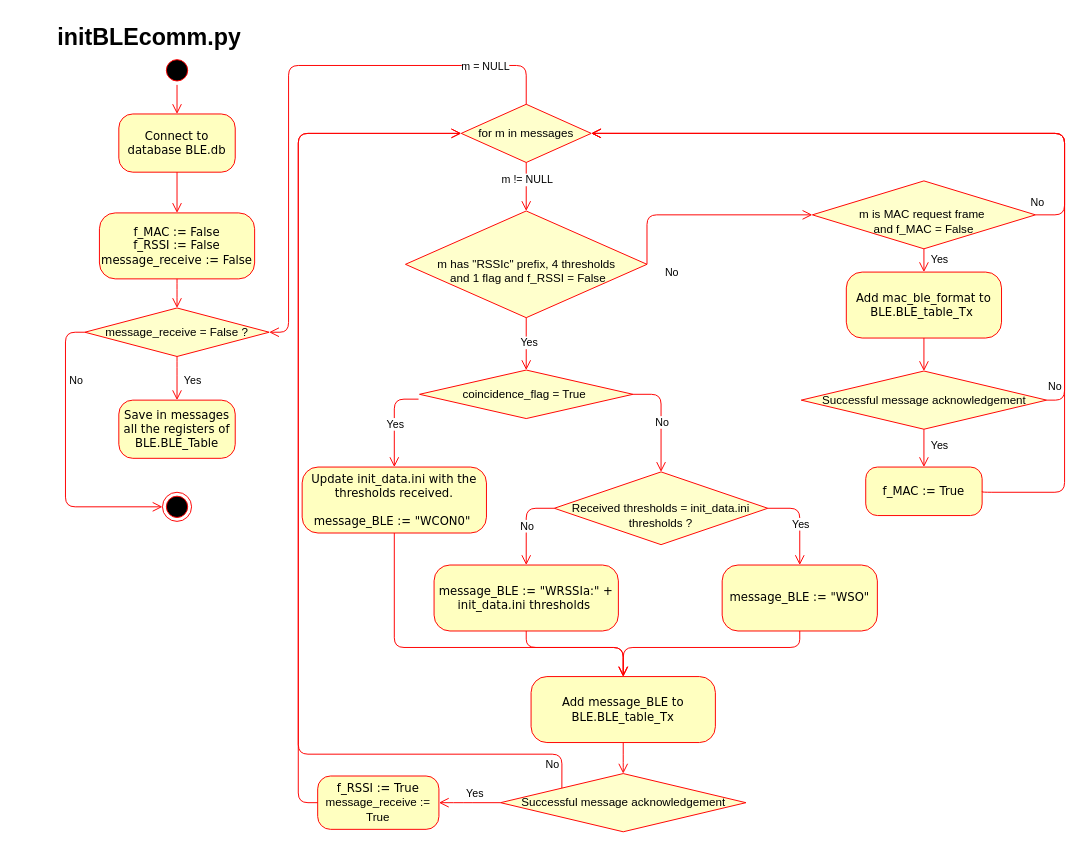
CesarRodriguez14/Tag_Vehiculo_4_0_Diagramas keeps this draw.io diagram as Modules/initBLEcomm_py.drawio. Above is the earlier version. Source tidied: cells renumbered, new cells numbered last; positions are measured from the earlier drawing's top-left corner, leaving out a move shared by most shapes. Both pictures are drawn from the tidied source at 97%, with x=0, y=0 at pixel (55, 16).
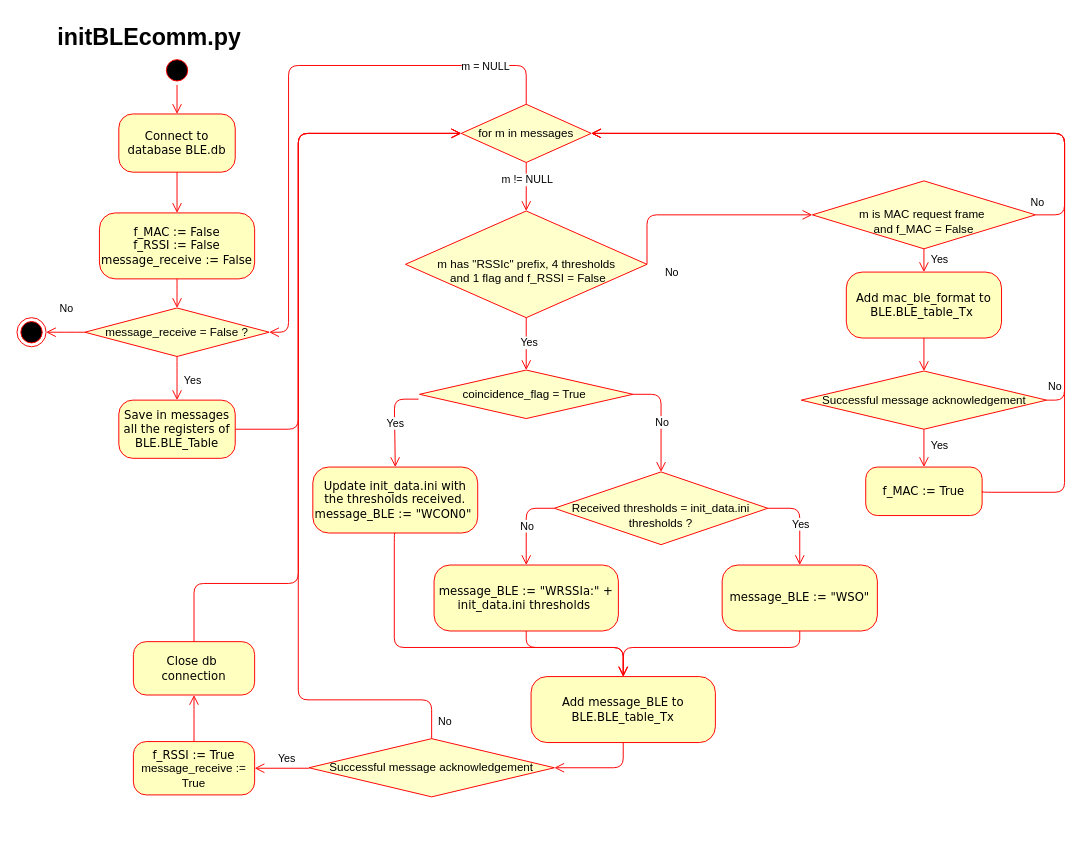
The same page after the edit.

The change refers to these unchanged cells:
```xml
<mxCell id="7" value="for m in messages" style="rhombus;whiteSpace=wrap;html=1;fillColor=#FFFFCC;strokeColor=#FF0000;" parent="1" vertex="1">
  <mxGeometry x="418" y="90" width="134" height="60" as="geometry" />
</mxCell>
<mxCell id="15" value="Save in messages all the registers of BLE.BLE_Table" style="rounded=1;whiteSpace=wrap;html=1;arcSize=24;fillColor=#ffffc0;strokeColor=#FF0000;shadow=0;comic=0;labelBackgroundColor=none;fontFamily=Verdana;fontSize=12;fontColor=#000000;align=center;" parent="1" vertex="1">
  <mxGeometry x="65" y="395" width="120" height="60" as="geometry" />
</mxCell>
<mxCell id="23" value="message_receive = False ?" style="rhombus;whiteSpace=wrap;html=1;fillColor=#FFFFCC;strokeColor=#FF0000;" parent="1" vertex="1">
  <mxGeometry x="30" y="300" width="190" height="50" as="geometry" />
</mxCell>
<mxCell id="40" value="&lt;div&gt;&lt;span style=&quot;background-color: transparent; color: light-dark(rgb(0, 0, 0), rgb(237, 237, 237));&quot;&gt;Add message_BLE to BLE.BLE_table_Tx&lt;/span&gt;&lt;/div&gt;" style="rounded=1;whiteSpace=wrap;html=1;arcSize=24;fillColor=#ffffc0;strokeColor=#FF0000;shadow=0;comic=0;labelBackgroundColor=none;fontFamily=Verdana;fontSize=12;fontColor=#000000;align=center;" parent="1" vertex="1">
  <mxGeometry x="490" y="680" width="190" height="68" as="geometry" />
</mxCell>
<mxCell id="58" value="Successful message acknowledgement" style="rhombus;whiteSpace=wrap;html=1;fillColor=#FFFFCC;strokeColor=#FF0000;" parent="1" vertex="1">
  <mxGeometry x="768.5" y="365" width="253" height="60" as="geometry" />
</mxCell>
```

Change to the diagram source:
```diff
@@
     <mxCell id="4" style="ellipse;html=1;shape=endState;fillColor=#000000;strokeColor=#ff0000;rounded=1;shadow=0;comic=0;labelBackgroundColor=none;fontFamily=Verdana;fontSize=12;fontColor=#000000;align=center;" parent="1" vertex="1">
-      <mxGeometry x="110" y="490" width="30" height="30" as="geometry" />
+      <mxGeometry x="-40" y="310" width="30" height="30" as="geometry" />
     </mxCell>
-    <mxCell id="5" style="edgeStyle=elbowEdgeStyle;html=1;labelBackgroundColor=none;endArrow=open;endSize=8;strokeColor=#ff0000;fontFamily=Verdana;fontSize=12;align=left;entryX=0;entryY=0.5;entryDx=0;entryDy=0;" parent="1" edge="1" source="23" target="4">
+    <mxCell id="5" style="edgeStyle=elbowEdgeStyle;html=1;labelBackgroundColor=none;endArrow=open;endSize=8;strokeColor=#ff0000;fontFamily=Verdana;fontSize=12;align=left;entryX=1;entryY=0.5;entryDx=0;entryDy=0;exitX=0;exitY=0.5;exitDx=0;exitDy=0;" parent="1" edge="1" source="23" target="4">
       <mxGeometry relative="1" as="geometry">
         <Array as="points">
-          <mxPoint x="10" y="440" />
+          <mxPoint x="10" y="324" />
         </Array>
       </mxGeometry>
     </mxCell>
     <mxCell id="6" value="No" style="edgeLabel;html=1;align=center;verticalAlign=middle;" parent="5" vertex="1">
       <mxGeometry x="-0.55" relative="1" as="geometry">
-        <mxPoint x="10" y="1" as="offset" />
+        <mxPoint x="-11" y="-25" as="offset" />
       </mxGeometry>
     </mxCell>
@@
-    <mxCell id="28" value="Update init_data.ini with the thresholds received.&lt;div&gt;&lt;br&gt;&lt;/div&gt;&lt;div&gt;message_BLE := &quot;WCON0&quot;&amp;nbsp;&lt;/div&gt;" style="rounded=1;whiteSpace=wrap;html=1;arcSize=24;fillColor=#ffffc0;strokeColor=#FF0000;shadow=0;comic=0;labelBackgroundColor=none;fontFamily=Verdana;fontSize=12;fontColor=#000000;align=center;" parent="1" vertex="1">
-      <mxGeometry x="254" y="464" width="190" height="68" as="geometry" />
+    <mxCell id="28" value="Update init_data.ini with the thresholds received.&lt;div&gt;message_BLE := &quot;WCON0&quot;&amp;nbsp;&lt;/div&gt;" style="rounded=1;whiteSpace=wrap;html=1;arcSize=24;fillColor=#ffffc0;strokeColor=#FF0000;shadow=0;comic=0;labelBackgroundColor=none;fontFamily=Verdana;fontSize=12;fontColor=#000000;align=center;" parent="1" vertex="1">
+      <mxGeometry x="265" y="464" width="170" height="68" as="geometry" />
     </mxCell>
@@
     <mxCell id="44" value="&lt;div&gt;&lt;span style=&quot;background-color: transparent; color: light-dark(rgb(0, 0, 0), rgb(237, 237, 237));&quot;&gt;f_RSSI := True&lt;/span&gt;&lt;/div&gt;&lt;div&gt;&lt;span style=&quot;font-family: Helvetica;&quot;&gt;message_receive :=&lt;/span&gt;&lt;span style=&quot;background-color: transparent; color: light-dark(rgb(0, 0, 0), rgb(237, 237, 237));&quot;&gt;&lt;/span&gt;&lt;/div&gt;&lt;div&gt;&lt;span style=&quot;font-family: Helvetica;&quot;&gt;True&lt;/span&gt;&lt;/div&gt;" style="rounded=1;whiteSpace=wrap;html=1;arcSize=24;fillColor=#ffffc0;strokeColor=#FF0000;shadow=0;comic=0;labelBackgroundColor=none;fontFamily=Verdana;fontSize=12;fontColor=#000000;align=center;" parent="1" vertex="1">
-      <mxGeometry x="270" y="782.5" width="125" height="55" as="geometry" />
+      <mxGeometry x="80" y="747" width="125" height="55" as="geometry" />
     </mxCell>
-    <mxCell id="45" style="edgeStyle=orthogonalEdgeStyle;html=1;labelBackgroundColor=none;endArrow=open;endSize=8;strokeColor=#ff0000;fontFamily=Verdana;fontSize=12;align=left;entryX=0;entryY=0.5;entryDx=0;entryDy=0;exitX=0;exitY=0.5;exitDx=0;exitDy=0;" parent="1" edge="1" source="44" target="7">
-      <mxGeometry relative="1" as="geometry">
-        <Array as="points">
-          <mxPoint x="250" y="810" />
-          <mxPoint x="250" y="120" />
-        </Array>
-      </mxGeometry>
-    </mxCell>
@@
     <mxCell id="54" value="Successful message acknowledgement" style="rhombus;whiteSpace=wrap;html=1;fillColor=#FFFFCC;strokeColor=#FF0000;" parent="1" vertex="1">
-      <mxGeometry x="458.5" y="780" width="253" height="60" as="geometry" />
+      <mxGeometry x="261" y="744" width="253" height="60" as="geometry" />
     </mxCell>
-    <mxCell id="55" style="edgeStyle=orthogonalEdgeStyle;html=1;labelBackgroundColor=none;endArrow=open;endSize=8;strokeColor=#ff0000;fontFamily=Verdana;fontSize=12;align=left;entryX=0.5;entryY=0;entryDx=0;entryDy=0;exitX=0.5;exitY=1;exitDx=0;exitDy=0;" parent="1" edge="1" source="40" target="54">
+    <mxCell id="55" style="edgeStyle=orthogonalEdgeStyle;html=1;labelBackgroundColor=none;endArrow=open;endSize=8;strokeColor=#ff0000;fontFamily=Verdana;fontSize=12;align=left;entryX=1;entryY=0.5;entryDx=0;entryDy=0;exitX=0.5;exitY=1;exitDx=0;exitDy=0;" parent="1" edge="1" source="40" target="54">
       <mxGeometry relative="1" as="geometry">
         <Array as="points">
-          <mxPoint x="585" y="770" />
-          <mxPoint x="585" y="770" />
+          <mxPoint x="585" y="774" />
         </Array>
       </mxGeometry>
     </mxCell>
     <mxCell id="56" style="edgeStyle=orthogonalEdgeStyle;html=1;labelBackgroundColor=none;endArrow=open;endSize=8;strokeColor=#ff0000;fontFamily=Verdana;fontSize=12;align=left;entryX=1;entryY=0.5;entryDx=0;entryDy=0;exitX=0;exitY=0.5;exitDx=0;exitDy=0;" parent="1" edge="1" source="54" target="44">
       <mxGeometry relative="1" as="geometry">
         <Array as="points">
-          <mxPoint x="420" y="810" />
-          <mxPoint x="420" y="810" />
+          <mxPoint x="205" y="774" />
         </Array>
       </mxGeometry>
     </mxCell>
@@
+    <mxCell id="63" style="edgeStyle=orthogonalEdgeStyle;html=1;labelBackgroundColor=none;endArrow=open;endSize=8;strokeColor=#ff0000;fontFamily=Verdana;fontSize=12;align=left;exitX=1;exitY=0.5;exitDx=0;exitDy=0;entryX=1;entryY=0.5;entryDx=0;entryDy=0;" parent="1" edge="1" source="58" target="7">
+      <mxGeometry relative="1" as="geometry">
+        <Array as="points">
+          <mxPoint x="1040" y="395" />
+          <mxPoint x="1040" y="120" />
+        </Array>
+      </mxGeometry>
+    </mxCell>
+    <mxCell id="64" value="No" style="edgeLabel;html=1;align=center;verticalAlign=middle;" parent="63" vertex="1">
+      <mxGeometry x="-0.98" relative="1" as="geometry">
+        <mxPoint y="-15" as="offset" />
+      </mxGeometry>
+    </mxCell>
+    <mxCell id="65" style="edgeStyle=orthogonalEdgeStyle;html=1;labelBackgroundColor=none;endArrow=open;endSize=8;strokeColor=#ff0000;fontFamily=Verdana;fontSize=12;align=left;exitX=1;exitY=0.5;exitDx=0;exitDy=0;entryX=0;entryY=0.5;entryDx=0;entryDy=0;" parent="1" edge="1" source="15" target="7">
+      <mxGeometry relative="1" as="geometry">
+        <Array as="points">
+          <mxPoint x="250" y="425" />
+          <mxPoint x="250" y="120" />
+        </Array>
+      </mxGeometry>
+    </mxCell>
+    <mxCell id="66" value="Close db&amp;nbsp;&lt;div&gt;connection&lt;/div&gt;" style="rounded=1;whiteSpace=wrap;html=1;arcSize=24;fillColor=#ffffc0;strokeColor=#FF0000;shadow=0;comic=0;labelBackgroundColor=none;fontFamily=Verdana;fontSize=12;fontColor=#000000;align=center;" parent="1" vertex="1">
+      <mxGeometry x="80" y="644" width="125" height="55" as="geometry" />
+    </mxCell>
+    <mxCell id="67" style="edgeStyle=orthogonalEdgeStyle;html=1;labelBackgroundColor=none;endArrow=open;endSize=8;strokeColor=#ff0000;fontFamily=Verdana;fontSize=12;align=left;entryX=0.5;entryY=1;entryDx=0;entryDy=0;exitX=0.5;exitY=0;exitDx=0;exitDy=0;" parent="1" edge="1" source="44" target="66">
+      <mxGeometry relative="1" as="geometry">
+        <Array as="points">
+          <mxPoint x="143" y="724" />
+          <mxPoint x="143" y="699" />
+        </Array>
+      </mxGeometry>
+    </mxCell>
+    <mxCell id="68" style="edgeStyle=orthogonalEdgeStyle;html=1;labelBackgroundColor=none;endArrow=open;endSize=8;strokeColor=#ff0000;fontFamily=Verdana;fontSize=12;align=left;exitX=0.5;exitY=0;exitDx=0;exitDy=0;entryX=0;entryY=0.5;entryDx=0;entryDy=0;" parent="1" edge="1" source="66" target="7">
+      <mxGeometry relative="1" as="geometry">
+        <Array as="points">
+          <mxPoint x="143" y="584" />
+          <mxPoint x="250" y="584" />
+          <mxPoint x="250" y="120" />
+        </Array>
+      </mxGeometry>
+    </mxCell>
-    <mxCell id="61" style="edgeStyle=orthogonalEdgeStyle;html=1;labelBackgroundColor=none;endArrow=open;endSize=8;strokeColor=#ff0000;fontFamily=Verdana;fontSize=12;align=left;entryX=0;entryY=0.5;entryDx=0;entryDy=0;exitX=0;exitY=0;exitDx=0;exitDy=0;" parent="1" edge="1" source="54" target="7">
+    <mxCell id="61" style="edgeStyle=orthogonalEdgeStyle;html=1;labelBackgroundColor=none;endArrow=open;endSize=8;strokeColor=#ff0000;fontFamily=Verdana;fontSize=12;align=left;exitX=0.5;exitY=0;exitDx=0;exitDy=0;entryX=0;entryY=0.5;entryDx=0;entryDy=0;" parent="1" edge="1" source="54" target="7">
       <mxGeometry relative="1" as="geometry">
         <Array as="points">
-          <mxPoint x="522" y="760" />
-          <mxPoint x="250" y="760" />
+          <mxPoint x="387" y="704" />
+          <mxPoint x="250" y="704" />
           <mxPoint x="250" y="120" />
         </Array>
       </mxGeometry>
     </mxCell>
     <mxCell id="62" value="No" style="edgeLabel;html=1;align=center;verticalAlign=middle;" parent="61" vertex="1">
-      <mxGeometry x="-0.89" y="-3" relative="1" as="geometry">
-        <mxPoint x="16" y="13" as="offset" />
+      <mxGeometry x="-0.96" y="-2" relative="1" as="geometry">
+        <mxPoint x="11" as="offset" />
       </mxGeometry>
     </mxCell>
-    <mxCell id="63" style="edgeStyle=orthogonalEdgeStyle;html=1;labelBackgroundColor=none;endArrow=open;endSize=8;strokeColor=#ff0000;fontFamily=Verdana;fontSize=12;align=left;exitX=1;exitY=0.5;exitDx=0;exitDy=0;entryX=1;entryY=0.5;entryDx=0;entryDy=0;" parent="1" edge="1" source="58" target="7">
-      <mxGeometry relative="1" as="geometry">
-        <Array as="points">
-          <mxPoint x="1040" y="395" />
-          <mxPoint x="1040" y="120" />
-        </Array>
-      </mxGeometry>
-    </mxCell>
-    <mxCell id="64" value="No" style="edgeLabel;html=1;align=center;verticalAlign=middle;" parent="63" vertex="1">
-      <mxGeometry x="-0.98" relative="1" as="geometry">
-        <mxPoint y="-15" as="offset" />
-      </mxGeometry>
-    </mxCell>
```
